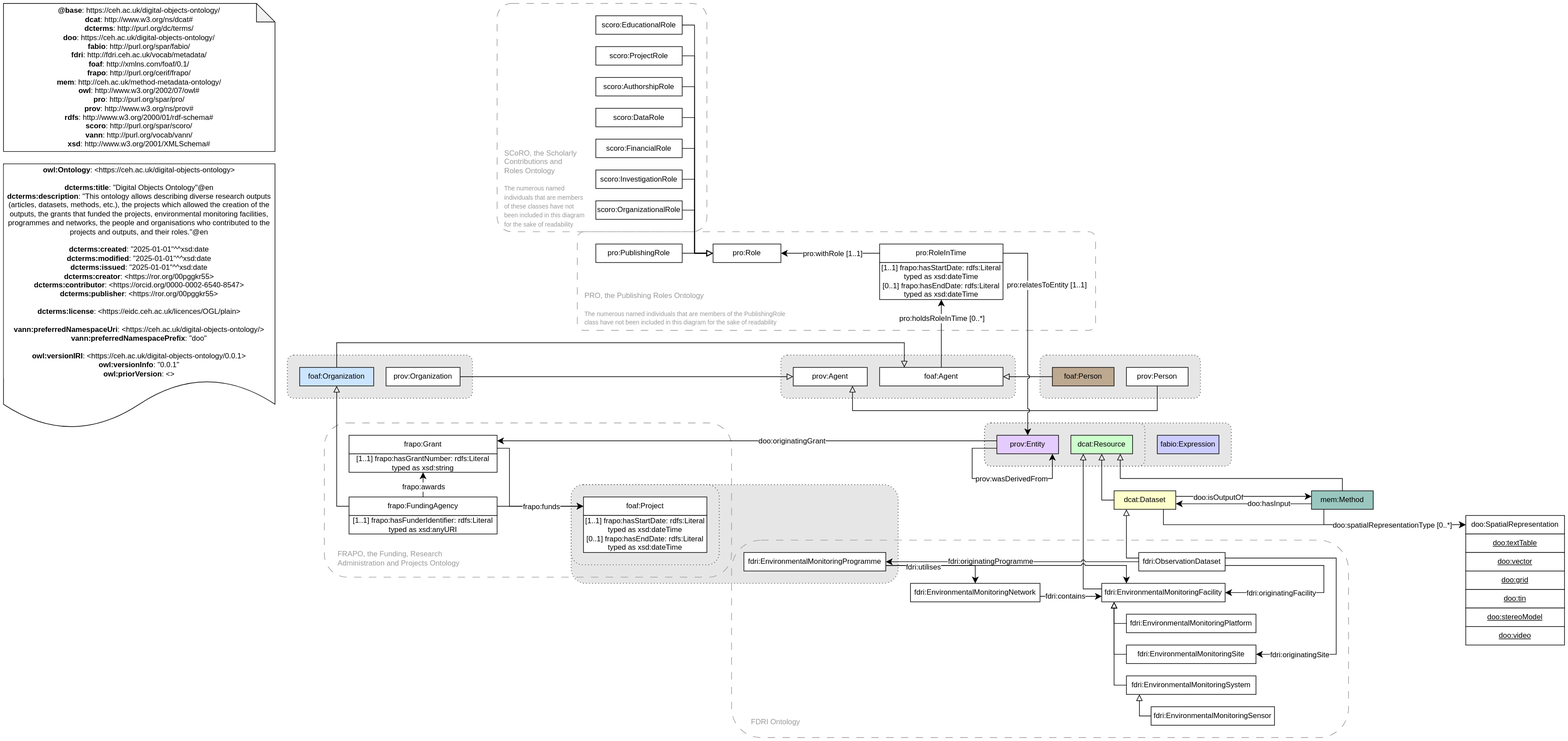
This is ontology/diagrams/digital_objects_ontology.svg from NERC-CEH/digital-objects-ontology, a draw.io export, as it was before one commit. Source tidied: cells renumbered, new cells last; positions are measured from the earlier drawing's top-left corner, leaving out a move shared by most shapes.
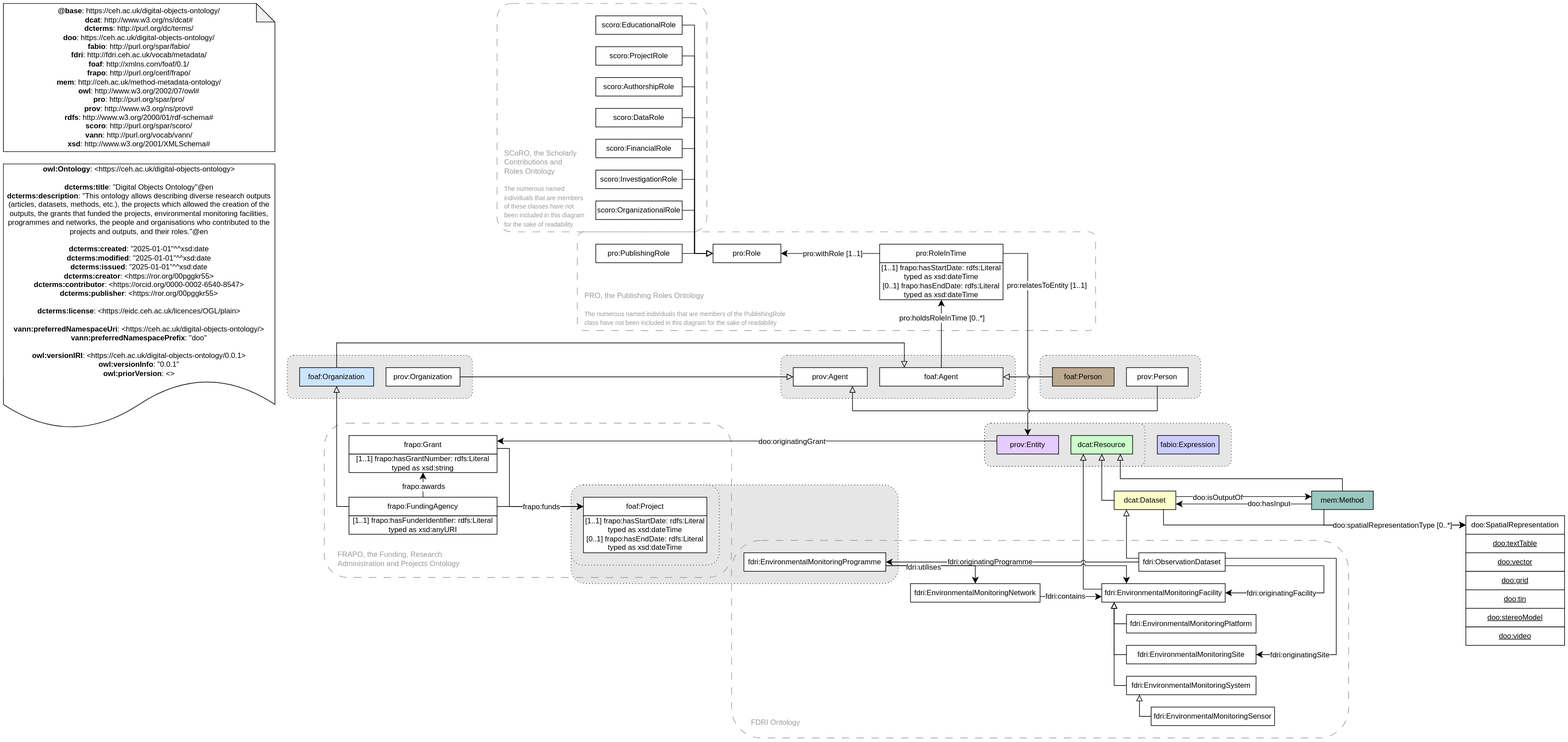
The same file after the commit.

Commit message:
removed prov:wasDerivedFrom

The edit, as a diff of the source:
```diff
@@ -323,20 +323,6 @@
     <mxCell id="80" value="&lt;a href=&quot;https://sparontologies.github.io/scoro/current/scoro.html&quot;&gt;SCoRO&lt;/a&gt;, the Scholarly&lt;div&gt;Contributions and&lt;/div&gt;&lt;div&gt;Roles Ontology&lt;/div&gt;&lt;div&gt;&lt;font style=&quot;font-size: 10px;&quot;&gt;&lt;br&gt;&lt;/font&gt;&lt;/div&gt;&lt;div&gt;&lt;font style=&quot;font-size: 10px;&quot;&gt;The numerous named&lt;/font&gt;&lt;/div&gt;&lt;div&gt;&lt;font style=&quot;font-size: 10px;&quot;&gt;individuals that are&amp;nbsp;&lt;/font&gt;&lt;span style=&quot;font-size: 10px; background-color: transparent; color: light-dark(rgb(153, 153, 153), rgb(106, 106, 106));&quot;&gt;members&lt;/span&gt;&lt;/div&gt;&lt;div&gt;&lt;span style=&quot;font-size: 10px; background-color: transparent; color: light-dark(rgb(153, 153, 153), rgb(106, 106, 106));&quot;&gt;of these&amp;nbsp;&lt;/span&gt;&lt;span style=&quot;font-size: 10px; background-color: transparent; color: light-dark(rgb(153, 153, 153), rgb(106, 106, 106));&quot;&gt;classes have not&lt;/span&gt;&lt;/div&gt;&lt;div&gt;&lt;span style=&quot;font-size: 10px; background-color: transparent; color: light-dark(rgb(153, 153, 153), rgb(106, 106, 106));&quot;&gt;been&amp;nbsp;&lt;/span&gt;&lt;font style=&quot;background-color: transparent; color: light-dark(rgb(153, 153, 153), rgb(106, 106, 106)); font-size: 10px;&quot;&gt;included in this diagram&lt;/font&gt;&lt;/div&gt;&lt;div&gt;&lt;span style=&quot;background-color: transparent; color: light-dark(rgb(153, 153, 153), rgb(106, 106, 106)); font-size: 10px;&quot;&gt;for&amp;nbsp;&lt;/span&gt;&lt;span style=&quot;background-color: transparent; color: light-dark(rgb(153, 153, 153), rgb(106, 106, 106)); font-size: 10px;&quot;&gt;the sake of readability&lt;/span&gt;&lt;/div&gt;" style="text;html=1;align=left;verticalAlign=middle;strokeColor=none;fillColor=none;fontColor=#999999;" parent="1" vertex="1">
       <mxGeometry x="810" y="230" width="150" height="140" as="geometry" />
     </mxCell>
-    <mxCell id="81" style="endArrow=classic;html=1;exitX=0;exitY=0.7;exitDx=0;exitDy=0;entryX=0.9;entryY=1;entryDx=0;entryDy=0;endSize=8;arcSize=0;rounded=0;" parent="1" edge="1" source="37" target="37">
-      <mxGeometry relative="1" as="geometry">
-        <Array as="points">
-          <mxPoint x="1570" y="721" />
-          <mxPoint x="1570" y="770" />
-          <mxPoint x="1700" y="770" />
-        </Array>
-      </mxGeometry>
-    </mxCell>
-    <mxCell id="82" value="&lt;font style=&quot;font-size: 12px;&quot;&gt;prov:wasDerivedFrom&lt;/font&gt;" style="edgeLabel;html=1;align=center;verticalAlign=middle;" parent="81" vertex="1">
-      <mxGeometry x="0.34" relative="1" as="geometry">
-        <mxPoint x="-21" as="offset" />
-      </mxGeometry>
-    </mxCell>
     <mxCell id="83" value="fdri:EnvironmentalMonitoringFacility" style="rounded=0;whiteSpace=wrap;html=1;snapToPoint=1;points=[[0.1,0],[0.2,0],[0.3,0],[0.4,0],[0.5,0],[0.6,0],[0.7,0],[0.8,0],[0.9,0],[0,0.1],[0,0.3],[0,0.5],[0,0.7],[0,0.9],[0.1,1],[0.2,1],[0.3,1],[0.4,1],[0.5,1],[0.6,1],[0.7,1],[0.8,1],[0.9,1],[1,0.1],[1,0.3],[1,0.5],[1,0.7],[1,0.9]];" parent="1" vertex="1">
       <mxGeometry x="1780" y="940" width="200" height="30" as="geometry" />
     </mxCell>
```
